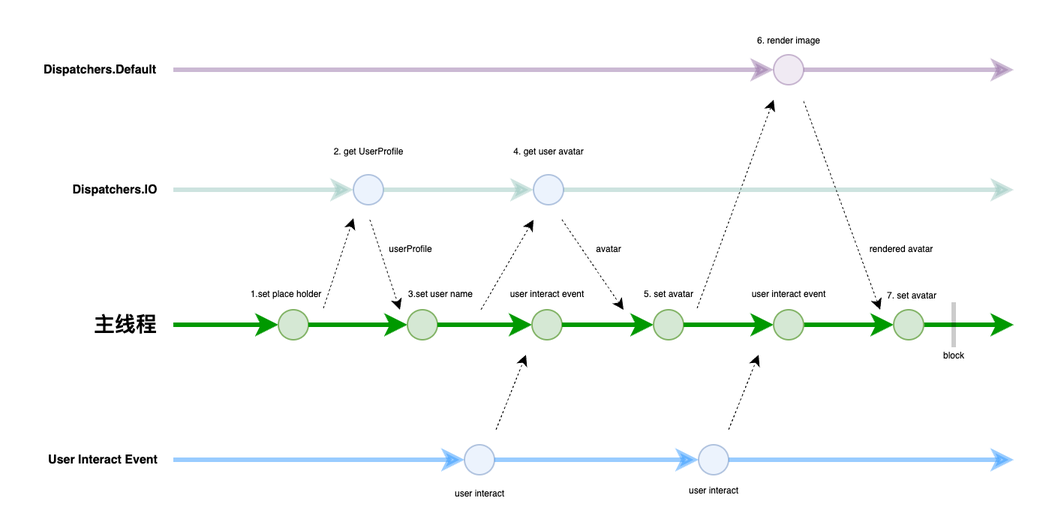
This is Coroutine-Async.drawio.png from chdhy/ImageHosting, a draw.io export, as it was before one commit. Source tidied: cells renumbered, new cells last; positions are measured from the earlier drawing's top-left corner, leaving out a move shared by most shapes.
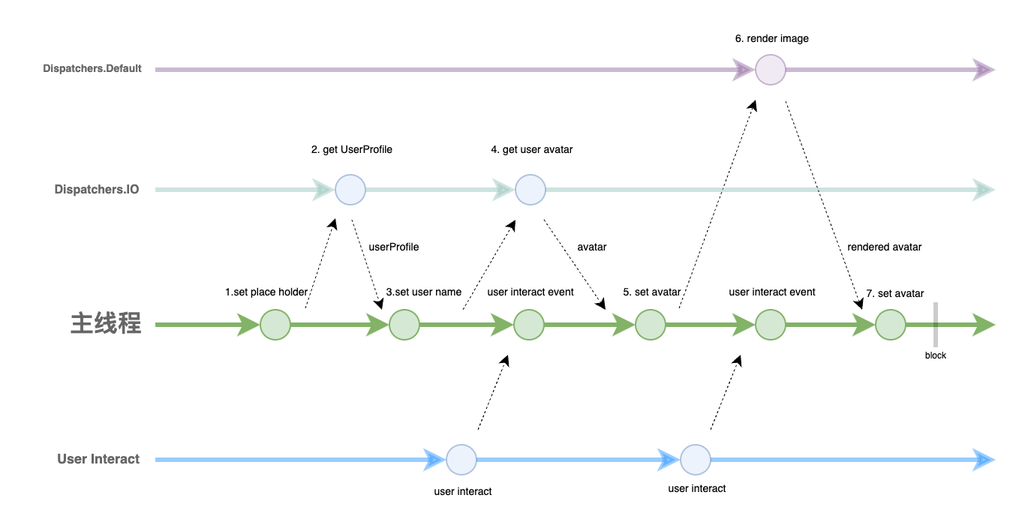
The same diagram one commit later.

The edit, as a diff of the source:
```diff
@@ -8,7 +8,7 @@
         <mxPoint x="499" y="50" as="targetPoint" />
       </mxGeometry>
     </mxCell>
-    <mxCell id="3" style="endArrow=classic;html=1;rounded=0;strokeWidth=3;strokeColor=#009900;" parent="1" edge="1" source="44">
+    <mxCell id="3" style="endArrow=classic;html=1;rounded=0;strokeWidth=3;strokeColor=#82b366;fillColor=#d5e8d4;" parent="1" edge="1" source="44">
       <mxGeometry relative="1" as="geometry">
         <mxPoint x="659" y="200" as="targetPoint" />
       </mxGeometry>
@@ -18,7 +18,7 @@
         <mxPoint x="659" y="290" as="targetPoint" />
       </mxGeometry>
     </mxCell>
-    <mxCell id="5" style="endArrow=classic;html=1;rounded=0;strokeWidth=3;strokeColor=#009900;" parent="1" edge="1" target="6">
+    <mxCell id="5" style="endArrow=classic;html=1;rounded=0;strokeWidth=3;strokeColor=#82b366;fillColor=#d5e8d4;" parent="1" edge="1" target="6">
       <mxGeometry relative="1" as="geometry">
         <mxPoint x="99" y="200" as="sourcePoint" />
       </mxGeometry>
@@ -26,11 +26,11 @@
     <mxCell id="6" style="ellipse;whiteSpace=wrap;html=1;fillColor=#d5e8d4;strokeColor=#82b366;" parent="1" vertex="1">
       <mxGeometry x="169" y="190" width="20" height="20" as="geometry" />
     </mxCell>
-    <mxCell id="7" value="主线程" style="text;html=1;align=center;verticalAlign=middle;strokeColor=none;fillColor=none;fontSize=14;fontStyle=1;" parent="1" vertex="1">
-      <mxGeometry x="32" y="185" width="70" height="30" as="geometry" />
+    <mxCell id="7" value="主线程" style="text;html=1;align=center;verticalAlign=middle;strokeColor=none;fillColor=none;fontSize=16;fontStyle=1;fontColor=#666666;" parent="1" vertex="1">
+      <mxGeometry x="31" y="185" width="70" height="30" as="geometry" />
     </mxCell>
-    <mxCell id="8" value="1.set place holder" style="text;html=1;align=center;verticalAlign=middle;strokeColor=none;fillColor=none;fontSize=6;" parent="1" vertex="1">
-      <mxGeometry x="139" y="169" width="70" height="20" as="geometry" />
+    <mxCell id="8" value="1.set place holder" style="text;html=1;align=center;verticalAlign=middle;strokeColor=none;fillColor=none;fontSize=7;" parent="1" vertex="1">
+      <mxGeometry x="133" y="169" width="80" height="20" as="geometry" />
     </mxCell>
     <mxCell id="9" style="endArrow=classic;html=1;rounded=0;strokeWidth=3;strokeColor=#3399FF;opacity=50;" parent="1" edge="1" target="10">
       <mxGeometry relative="1" as="geometry">
@@ -40,22 +40,22 @@
     <mxCell id="10" style="ellipse;whiteSpace=wrap;html=1;fillColor=#dae8fc;strokeColor=#6c8ebf;opacity=50;" parent="1" vertex="1">
       <mxGeometry x="293" y="280" width="20" height="20" as="geometry" />
     </mxCell>
-    <mxCell id="11" style="endArrow=classic;html=1;rounded=0;strokeWidth=3;strokeColor=#009900;" parent="1" edge="1" source="6" target="12">
+    <mxCell id="11" style="endArrow=classic;html=1;rounded=0;strokeWidth=3;strokeColor=#82b366;fillColor=#d5e8d4;" parent="1" edge="1" source="6" target="12">
       <mxGeometry relative="1" as="geometry" />
     </mxCell>
     <mxCell id="12" style="ellipse;whiteSpace=wrap;html=1;fillColor=#d5e8d4;strokeColor=#82b366;" parent="1" vertex="1">
       <mxGeometry x="255" y="190" width="20" height="20" as="geometry" />
     </mxCell>
-    <mxCell id="13" style="endArrow=classic;html=1;rounded=0;strokeWidth=3;strokeColor=#009900;" parent="1" edge="1" source="12" target="14">
+    <mxCell id="13" style="endArrow=classic;html=1;rounded=0;strokeWidth=3;strokeColor=#82b366;fillColor=#d5e8d4;" parent="1" edge="1" source="12" target="14">
       <mxGeometry relative="1" as="geometry" />
     </mxCell>
     <mxCell id="14" style="ellipse;whiteSpace=wrap;html=1;fillColor=#d5e8d4;strokeColor=#82b366;" parent="1" vertex="1">
       <mxGeometry x="338" y="190" width="20" height="20" as="geometry" />
     </mxCell>
-    <mxCell id="15" value="user interact event" style="text;html=1;align=center;verticalAlign=middle;strokeColor=none;fillColor=none;fontSize=6;" parent="1" vertex="1">
-      <mxGeometry x="313" y="169" width="70" height="20" as="geometry" />
+    <mxCell id="15" value="user interact event" style="text;html=1;align=center;verticalAlign=middle;strokeColor=none;fillColor=none;fontSize=7;" parent="1" vertex="1">
+      <mxGeometry x="309" y="169" width="80" height="20" as="geometry" />
     </mxCell>
-    <mxCell id="16" style="endArrow=classic;html=1;rounded=0;strokeWidth=3;strokeColor=#009900;" parent="1" edge="1" source="14" target="17">
+    <mxCell id="16" style="endArrow=classic;html=1;rounded=0;strokeWidth=3;strokeColor=#82b366;fillColor=#d5e8d4;" parent="1" edge="1" source="14" target="17">
       <mxGeometry relative="1" as="geometry" />
     </mxCell>
     <mxCell id="17" style="ellipse;whiteSpace=wrap;html=1;fillColor=#d5e8d4;strokeColor=#82b366;" parent="1" vertex="1">
@@ -81,7 +81,7 @@
         <mxPoint x="659" y="110" as="targetPoint" />
       </mxGeometry>
     </mxCell>
-    <mxCell id="22" value="Dispatchers.IO" style="text;html=1;align=center;verticalAlign=middle;strokeColor=none;fillColor=none;fontSize=8;fontStyle=1;" parent="1" vertex="1">
+    <mxCell id="22" value="Dispatchers.IO" style="text;html=1;align=center;verticalAlign=middle;strokeColor=none;fillColor=none;fontSize=8;fontStyle=1;fontColor=#666666;" parent="1" vertex="1">
       <mxGeometry x="20" y="100" width="80" height="20" as="geometry" />
     </mxCell>
     <mxCell id="23" style="endArrow=classic;html=1;rounded=0;strokeWidth=3;strokeColor=#9673a6;fillColor=#e1d5e7;opacity=50;" parent="1" edge="1" source="30">
@@ -89,8 +89,8 @@
         <mxPoint x="659" y="30" as="targetPoint" />
       </mxGeometry>
     </mxCell>
-    <mxCell id="24" value="User Interact Event" style="text;html=1;align=center;verticalAlign=middle;strokeColor=none;fillColor=none;fontSize=8;fontStyle=1;" parent="1" vertex="1">
-      <mxGeometry x="2" y="280" width="100" height="20" as="geometry" />
+    <mxCell id="24" value="User Interact" style="text;html=1;align=center;verticalAlign=middle;strokeColor=none;fillColor=none;fontSize=9;fontStyle=1;fontColor=#666666;" parent="1" vertex="1">
+      <mxGeometry x="21" y="280" width="80" height="20" as="geometry" />
     </mxCell>
     <mxCell id="25" style="endArrow=classic;html=1;rounded=0;strokeWidth=3;strokeColor=#9AC7BF;fillColor=#f5f5f5;opacity=50;" parent="1" edge="1" target="26">
       <mxGeometry relative="1" as="geometry">
@@ -106,8 +106,8 @@
         <mxPoint x="219" y="129" as="targetPoint" />
       </mxGeometry>
     </mxCell>
-    <mxCell id="28" value="2. get UserProfile" style="text;html=1;align=center;verticalAlign=middle;strokeColor=none;fillColor=none;fontSize=6;" parent="1" vertex="1">
-      <mxGeometry x="194" y="74" width="70" height="20" as="geometry" />
+    <mxCell id="28" value="2. get UserProfile" style="text;html=1;align=center;verticalAlign=middle;strokeColor=none;fillColor=none;fontSize=7;" parent="1" vertex="1">
+      <mxGeometry x="190" y="74" width="80" height="20" as="geometry" />
     </mxCell>
     <mxCell id="29" style="endArrow=classic;html=1;rounded=0;strokeWidth=3;strokeColor=#9673a6;fillColor=#e1d5e7;opacity=50;" parent="1" edge="1" target="30">
       <mxGeometry relative="1" as="geometry">
@@ -117,8 +117,8 @@
     <mxCell id="30" style="ellipse;whiteSpace=wrap;html=1;fillColor=#e1d5e7;strokeColor=#9673a6;opacity=50;" parent="1" vertex="1">
       <mxGeometry x="499" y="20" width="20" height="20" as="geometry" />
     </mxCell>
-    <mxCell id="31" value="user interact" style="text;html=1;align=center;verticalAlign=middle;strokeColor=none;fillColor=none;fontSize=6;" parent="1" vertex="1">
-      <mxGeometry x="273" y="302" width="60" height="20" as="geometry" />
+    <mxCell id="31" value="user interact" style="text;html=1;align=center;verticalAlign=middle;strokeColor=none;fillColor=none;fontSize=7;" parent="1" vertex="1">
+      <mxGeometry x="274" y="302" width="60" height="20" as="geometry" />
     </mxCell>
     <mxCell id="32" style="endArrow=classic;html=1;rounded=0;dashed=1;strokeWidth=0.5;" parent="1" edge="1">
       <mxGeometry relative="1" as="geometry">
@@ -126,14 +126,14 @@
         <mxPoint x="250" y="190" as="targetPoint" />
       </mxGeometry>
     </mxCell>
-    <mxCell id="33" value="userProfile" style="text;html=1;align=center;verticalAlign=middle;strokeColor=none;fillColor=none;fontSize=6;" parent="1" vertex="1">
-      <mxGeometry x="232" y="139" width="50" height="20" as="geometry" />
+    <mxCell id="33" value="userProfile" style="text;html=1;align=center;verticalAlign=middle;strokeColor=none;fillColor=none;fontSize=7;" parent="1" vertex="1">
+      <mxGeometry x="228" y="139" width="60" height="20" as="geometry" />
     </mxCell>
-    <mxCell id="34" value="3.set user name" style="text;html=1;align=center;verticalAlign=middle;strokeColor=none;fillColor=none;fontSize=6;" parent="1" vertex="1">
-      <mxGeometry x="242" y="169" width="70" height="20" as="geometry" />
+    <mxCell id="34" value="3.set user name" style="text;html=1;align=center;verticalAlign=middle;strokeColor=none;fillColor=none;fontSize=7;" parent="1" vertex="1">
+      <mxGeometry x="243" y="169" width="70" height="20" as="geometry" />
     </mxCell>
-    <mxCell id="35" value="Dispatchers.Default" style="text;html=1;align=center;verticalAlign=middle;strokeColor=none;fillColor=none;fontSize=8;fontStyle=1;" parent="1" vertex="1">
-      <mxGeometry y="20" width="100" height="20" as="geometry" />
+    <mxCell id="35" value="Dispatchers.Default" style="text;html=1;align=center;verticalAlign=middle;strokeColor=none;fillColor=none;fontSize=7;fontStyle=1;fontColor=#666666;" parent="1" vertex="1">
+      <mxGeometry x="12" y="20" width="90" height="20" as="geometry" />
     </mxCell>
     <mxCell id="36" style="endArrow=classic;html=1;rounded=0;dashed=1;strokeWidth=0.5;" parent="1" edge="1">
       <mxGeometry relative="1" as="geometry">
@@ -147,8 +147,8 @@
     <mxCell id="38" style="ellipse;whiteSpace=wrap;html=1;fillColor=#dae8fc;strokeColor=#6c8ebf;opacity=50;" parent="1" vertex="1">
       <mxGeometry x="339" y="100" width="20" height="20" as="geometry" />
     </mxCell>
-    <mxCell id="39" value="4. get user avatar" style="text;html=1;align=center;verticalAlign=middle;strokeColor=none;fillColor=none;fontSize=6;" parent="1" vertex="1">
-      <mxGeometry x="314" y="74" width="70" height="20" as="geometry" />
+    <mxCell id="39" value="4. get user avatar" style="text;html=1;align=center;verticalAlign=middle;strokeColor=none;fillColor=none;fontSize=7;" parent="1" vertex="1">
+      <mxGeometry x="310" y="74" width="80" height="20" as="geometry" />
     </mxCell>
     <mxCell id="40" style="endArrow=classic;html=1;rounded=0;dashed=1;strokeWidth=0.5;" parent="1" edge="1">
       <mxGeometry relative="1" as="geometry">
@@ -156,13 +156,13 @@
         <mxPoint x="399" y="190" as="targetPoint" />
       </mxGeometry>
     </mxCell>
-    <mxCell id="41" value="5. set avatar" style="text;html=1;align=center;verticalAlign=middle;strokeColor=none;fillColor=none;fontSize=6;" parent="1" vertex="1">
-      <mxGeometry x="399" y="169" width="60" height="20" as="geometry" />
+    <mxCell id="41" value="5. set avatar" style="text;html=1;align=center;verticalAlign=middle;strokeColor=none;fillColor=none;fontSize=7;" parent="1" vertex="1">
+      <mxGeometry x="400" y="169" width="60" height="20" as="geometry" />
     </mxCell>
-    <mxCell id="42" value="avatar" style="text;html=1;align=center;verticalAlign=middle;strokeColor=none;fillColor=none;fontSize=6;" parent="1" vertex="1">
-      <mxGeometry x="369" y="139" width="40" height="20" as="geometry" />
+    <mxCell id="42" value="avatar" style="text;html=1;align=center;verticalAlign=middle;strokeColor=none;fillColor=none;fontSize=7;" parent="1" vertex="1">
+      <mxGeometry x="370" y="139" width="40" height="20" as="geometry" />
     </mxCell>
-    <mxCell id="43" style="endArrow=classic;html=1;rounded=0;strokeWidth=3;strokeColor=#009900;" parent="1" edge="1" source="48" target="44">
+    <mxCell id="43" style="endArrow=classic;html=1;rounded=0;strokeWidth=3;strokeColor=#82b366;fillColor=#d5e8d4;" parent="1" edge="1" source="48" target="44">
       <mxGeometry relative="1" as="geometry" />
     </mxCell>
     <mxCell id="44" style="ellipse;whiteSpace=wrap;html=1;fillColor=#d5e8d4;strokeColor=#82b366;" parent="1" vertex="1">
@@ -174,14 +174,14 @@
     <mxCell id="46" style="ellipse;whiteSpace=wrap;html=1;fillColor=#dae8fc;strokeColor=#6c8ebf;opacity=50;" parent="1" vertex="1">
       <mxGeometry x="449" y="280" width="20" height="20" as="geometry" />
     </mxCell>
-    <mxCell id="47" style="endArrow=classic;html=1;rounded=0;strokeWidth=3;strokeColor=#009900;" parent="1" edge="1" source="17" target="48">
+    <mxCell id="47" style="endArrow=classic;html=1;rounded=0;strokeWidth=3;strokeColor=#82b366;fillColor=#d5e8d4;" parent="1" edge="1" source="17" target="48">
       <mxGeometry relative="1" as="geometry" />
     </mxCell>
     <mxCell id="48" style="ellipse;whiteSpace=wrap;html=1;fillColor=#d5e8d4;strokeColor=#82b366;" parent="1" vertex="1">
       <mxGeometry x="499" y="190" width="20" height="20" as="geometry" />
     </mxCell>
-    <mxCell id="49" value="user interact" style="text;html=1;align=center;verticalAlign=middle;strokeColor=none;fillColor=none;fontSize=6;" parent="1" vertex="1">
-      <mxGeometry x="429" y="300" width="60" height="20" as="geometry" />
+    <mxCell id="49" value="user interact" style="text;html=1;align=center;verticalAlign=middle;strokeColor=none;fillColor=none;fontSize=7;" parent="1" vertex="1">
+      <mxGeometry x="430" y="300" width="60" height="20" as="geometry" />
     </mxCell>
     <mxCell id="50" style="endArrow=classic;html=1;rounded=0;dashed=1;strokeWidth=0.5;" parent="1" edge="1">
       <mxGeometry relative="1" as="geometry">
@@ -189,11 +189,11 @@
         <mxPoint x="489" y="220" as="targetPoint" />
       </mxGeometry>
     </mxCell>
-    <mxCell id="51" value="user interact event" style="text;html=1;align=center;verticalAlign=middle;strokeColor=none;fillColor=none;fontSize=6;" parent="1" vertex="1">
-      <mxGeometry x="474" y="169" width="70" height="20" as="geometry" />
+    <mxCell id="51" value="user interact event" style="text;html=1;align=center;verticalAlign=middle;strokeColor=none;fillColor=none;fontSize=7;" parent="1" vertex="1">
+      <mxGeometry x="470" y="169" width="80" height="20" as="geometry" />
     </mxCell>
-    <mxCell id="52" value="6. render image" style="text;html=1;align=center;verticalAlign=middle;strokeColor=none;fillColor=none;fontSize=6;" parent="1" vertex="1">
-      <mxGeometry x="474" width="70" height="20" as="geometry" />
+    <mxCell id="52" value="6. render image" style="text;html=1;align=center;verticalAlign=middle;strokeColor=none;fillColor=none;fontSize=7;" parent="1" vertex="1">
+      <mxGeometry x="475" width="70" height="20" as="geometry" />
     </mxCell>
     <mxCell id="53" style="endArrow=classic;html=1;rounded=0;dashed=1;strokeWidth=0.5;" parent="1" edge="1">
       <mxGeometry relative="1" as="geometry">
@@ -201,11 +201,11 @@
         <mxPoint x="570" y="190" as="targetPoint" />
       </mxGeometry>
     </mxCell>
-    <mxCell id="54" value="rendered avatar" style="text;html=1;align=center;verticalAlign=middle;strokeColor=none;fillColor=none;fontSize=6;" parent="1" vertex="1">
-      <mxGeometry x="549" y="139" width="70" height="20" as="geometry" />
+    <mxCell id="54" value="rendered avatar" style="text;html=1;align=center;verticalAlign=middle;strokeColor=none;fillColor=none;fontSize=7;" parent="1" vertex="1">
+      <mxGeometry x="550" y="139" width="70" height="20" as="geometry" />
     </mxCell>
-    <mxCell id="55" value="7. set avatar" style="text;html=1;align=center;verticalAlign=middle;strokeColor=none;fillColor=none;fontSize=6;" parent="1" vertex="1">
-      <mxGeometry x="561" y="170" width="60" height="20" as="geometry" />
+    <mxCell id="55" value="7. set avatar" style="text;html=1;align=center;verticalAlign=middle;strokeColor=none;fillColor=none;fontSize=7;" parent="1" vertex="1">
+      <mxGeometry x="562" y="170" width="60" height="20" as="geometry" />
     </mxCell>
   </root>
 </mxGraphModel>
```
